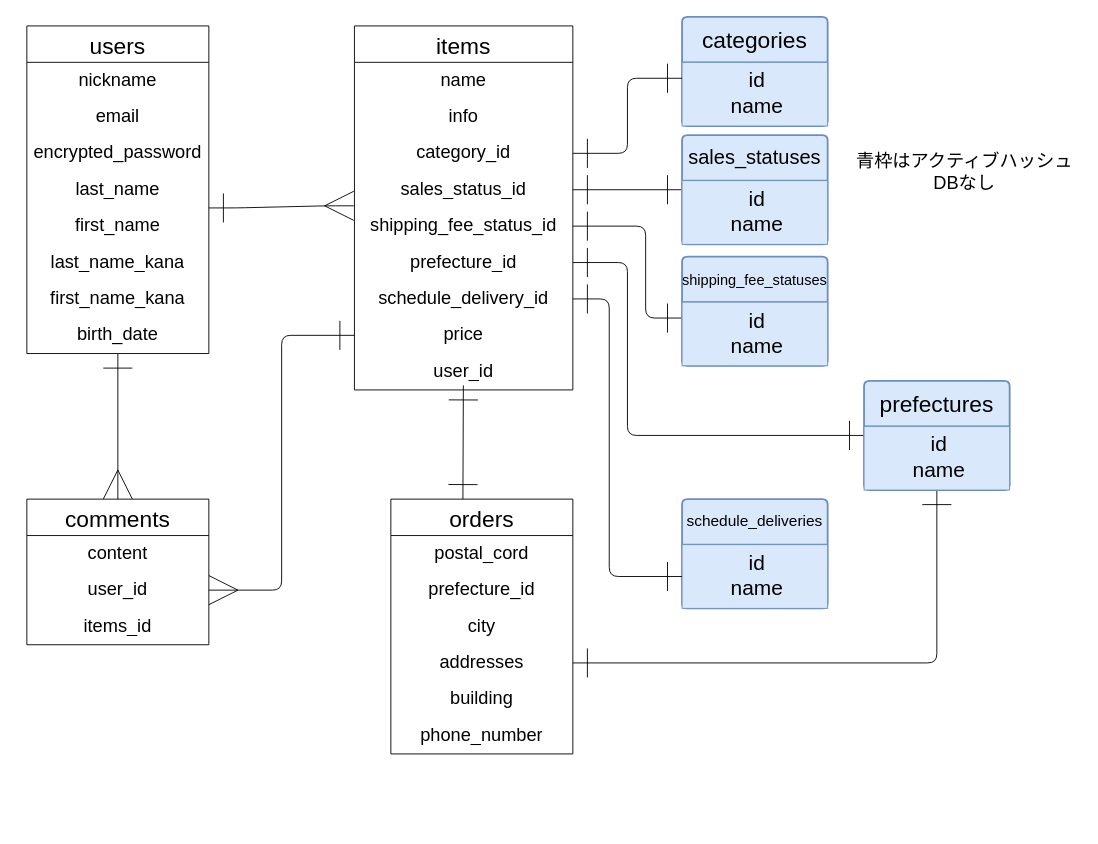
Earlier version of the draw.io diagram test.dio (yominmirin/furima-45757). Source tidied: cells renumbered, new cells numbered last; positions are measured from the earlier drawing's top-left corner, leaving out a move shared by most shapes. Both pictures are drawn from the tidied source at 91%, with x=0, y=0 at pixel (26, 16).
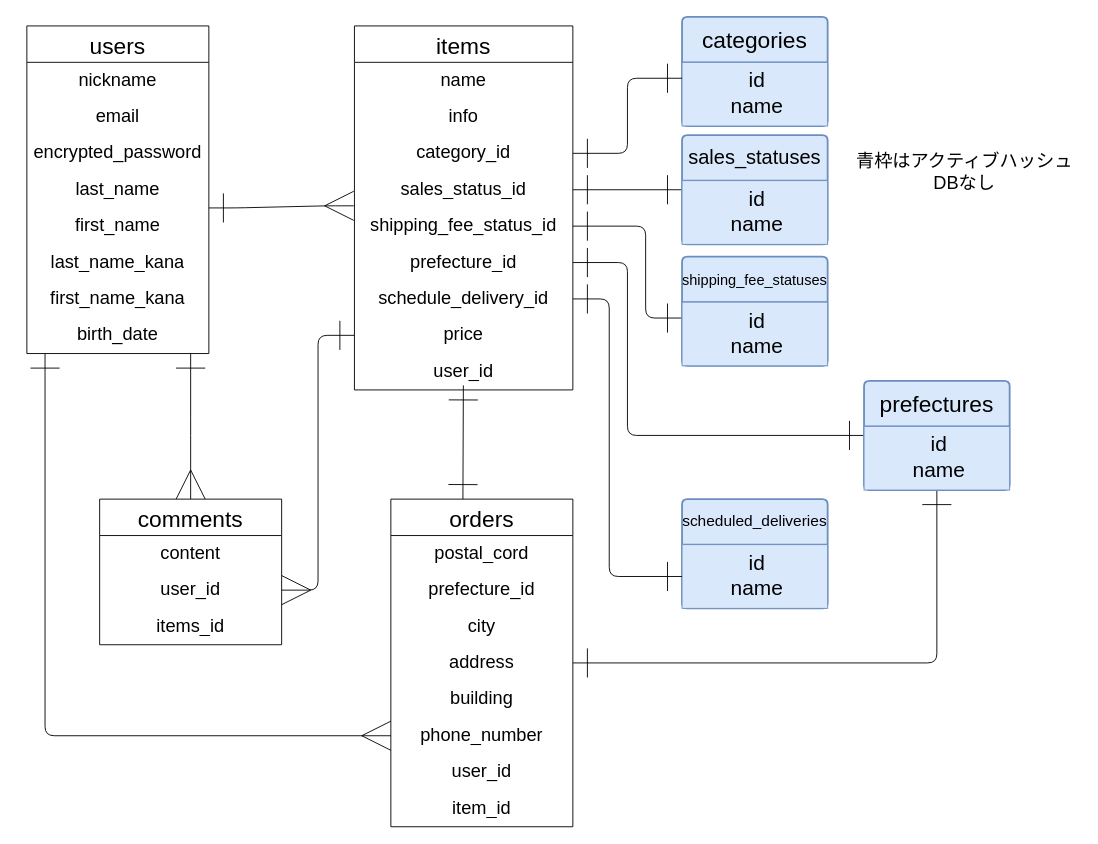
After the change.

Unchanged cells that the change refers to:
```xml
<mxCell id="3" value="users" style="swimlane;fontStyle=0;horizontal=1;startSize=40;align=center;fontSize=25;" parent="1" vertex="1">
  <mxGeometry y="10" width="200" height="360" as="geometry" />
</mxCell>
<mxCell id="24" value="phone_number" style="text;strokeColor=none;fillColor=none;spacingLeft=4;spacingRight=4;overflow=hidden;points=[[0,0.5],[1,0.5]];portConstraint=eastwest;fontSize=20;whiteSpace=wrap;html=1;align=center;" parent="18" vertex="1">
  <mxGeometry y="240" width="200" height="40" as="geometry" />
</mxCell>
```

Change to the diagram source:
```diff
@@
-    <mxCell id="2" style="edgeStyle=none;html=1;entryX=0.5;entryY=0;entryDx=0;entryDy=0;startArrow=ERone;startFill=0;endArrow=ERmany;endFill=0;endSize=30;startSize=30;" parent="1" edge="1" source="3" target="14">
+    <mxCell id="2" style="edgeStyle=elbowEdgeStyle;html=1;entryX=0.5;entryY=0;entryDx=0;entryDy=0;startArrow=ERone;startFill=0;endArrow=ERmany;endFill=0;endSize=30;startSize=30;" parent="1" edge="1" source="3" target="14">
       <mxGeometry relative="1" as="geometry" />
     </mxCell>
+    <mxCell id="53" style="edgeStyle=elbowEdgeStyle;html=1;entryX=0;entryY=0.5;entryDx=0;entryDy=0;endSize=30;startSize=30;endArrow=ERmany;endFill=0;startArrow=ERone;startFill=0;" parent="1" edge="1" source="3" target="24">
+      <mxGeometry relative="1" as="geometry">
+        <Array as="points">
+          <mxPoint x="20" y="640" />
+        </Array>
+      </mxGeometry>
+    </mxCell>
@@
     <mxCell id="14" value="comments" style="swimlane;fontStyle=0;horizontal=1;startSize=40;align=center;fontSize=25;" parent="1" vertex="1">
-      <mxGeometry y="530" width="200" height="160" as="geometry" />
+      <mxGeometry x="80" y="530" width="200" height="160" as="geometry" />
     </mxCell>
@@
     <mxCell id="18" value="orders" style="swimlane;fontStyle=0;horizontal=1;startSize=40;align=center;fontSize=25;" parent="1" vertex="1">
-      <mxGeometry x="400" y="530" width="200" height="280" as="geometry" />
+      <mxGeometry x="400" y="530" width="200" height="360" as="geometry" />
     </mxCell>
@@
-    <mxCell id="22" value="addresses" style="text;strokeColor=none;fillColor=none;spacingLeft=4;spacingRight=4;overflow=hidden;points=[[0,0.5],[1,0.5]];portConstraint=eastwest;fontSize=20;whiteSpace=wrap;html=1;align=center;" parent="18" vertex="1">
+    <mxCell id="22" value="address" style="text;strokeColor=none;fillColor=none;spacingLeft=4;spacingRight=4;overflow=hidden;points=[[0,0.5],[1,0.5]];portConstraint=eastwest;fontSize=20;whiteSpace=wrap;html=1;align=center;" parent="18" vertex="1">
       <mxGeometry y="160" width="200" height="40" as="geometry" />
     </mxCell>
@@
+    <mxCell id="54" value="user_id" style="text;strokeColor=none;fillColor=none;spacingLeft=4;spacingRight=4;overflow=hidden;fontSize=20;whiteSpace=wrap;html=1;align=center;" parent="18" vertex="1">
+      <mxGeometry y="280" width="200" height="40" as="geometry" />
+    </mxCell>
+    <mxCell id="55" value="item_id" style="text;strokeColor=none;fillColor=none;spacingLeft=4;spacingRight=4;overflow=hidden;fontSize=20;whiteSpace=wrap;html=1;align=center;" parent="18" vertex="1">
+      <mxGeometry y="320" width="200" height="40" as="geometry" />
+    </mxCell>
@@
-    <mxCell id="35" value="&lt;font style=&quot;font-size: 17px;&quot;&gt;schedule_deliveries&lt;/font&gt;" style="swimlane;horizontal=1;startSize=50;rounded=1;fontSize=14;fontStyle=0;strokeWidth=2;shadow=0;dashed=0;align=center;arcSize=4;whiteSpace=wrap;html=1;fillColor=#dae8fc;strokeColor=#6c8ebf;" parent="1" vertex="1">
+    <mxCell id="35" value="&lt;font style=&quot;font-size: 17px;&quot;&gt;scheduled_deliveries&lt;/font&gt;" style="swimlane;horizontal=1;startSize=50;rounded=1;fontSize=14;fontStyle=0;strokeWidth=2;shadow=0;dashed=0;align=center;arcSize=4;whiteSpace=wrap;html=1;fillColor=#dae8fc;strokeColor=#6c8ebf;" parent="1" vertex="1">
       <mxGeometry x="720" y="530" width="160" height="120" as="geometry" />
     </mxCell>
```
